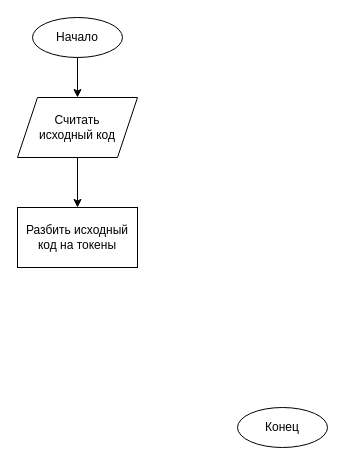
This is page "Page-2" (1 of 2) of algoritms.drawio from SpectralJager/grimlang, a draw.io file, before an edit. Source tidied: cells renumbered, new cells numbered last; positions are measured from the earlier drawing's top-left corner, leaving out a move shared by most shapes. Both pictures are drawn from the tidied source at 100%, with x=0, y=0 at pixel (17, 17).
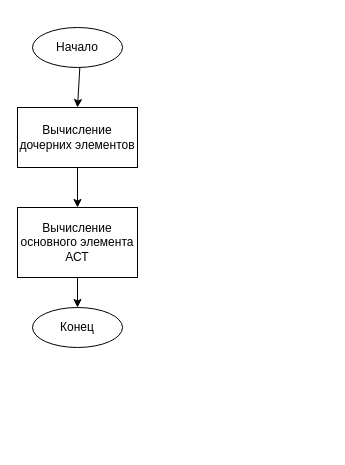
The same page after the edit.

The edit, as a diff of the source:
```diff
@@
 <mxGraphModel>
   <root>
     <mxCell id="0" />
     <mxCell id="1" parent="0" />
-    <mxCell id="2" style="edgeStyle=none;html=1;" parent="1" edge="1" source="3" target="6">
-      <mxGeometry relative="1" as="geometry" />
-    </mxCell>
+    <mxCell id="10" style="edgeStyle=none;html=1;" parent="1" edge="1" source="3" target="14">
+      <mxGeometry relative="1" as="geometry" />
+    </mxCell>
     <mxCell id="3" value="Начало" style="ellipse;whiteSpace=wrap;html=1;" parent="1" vertex="1">
-      <mxGeometry x="15" width="90" height="40" as="geometry" />
+      <mxGeometry x="15" y="10" width="90" height="40" as="geometry" />
     </mxCell>
     <mxCell id="4" value="Конец" style="ellipse;whiteSpace=wrap;html=1;" parent="1" vertex="1">
-      <mxGeometry x="220" y="390" width="90" height="40" as="geometry" />
+      <mxGeometry x="15" y="290" width="90" height="40" as="geometry" />
     </mxCell>
-    <mxCell id="5" style="edgeStyle=none;html=1;" parent="1" edge="1" source="6" target="7">
-      <mxGeometry relative="1" as="geometry" />
-    </mxCell>
-    <mxCell id="6" value="Считать &lt;br&gt;исходный код" style="shape=parallelogram;perimeter=parallelogramPerimeter;whiteSpace=wrap;html=1;fixedSize=1;" parent="1" vertex="1">
-      <mxGeometry y="80" width="120" height="60" as="geometry" />
-    </mxCell>
-    <mxCell id="7" value="Разбить исходный код на токены" style="rounded=0;whiteSpace=wrap;html=1;" parent="1" vertex="1">
-      <mxGeometry y="190" width="120" height="60" as="geometry" />
-    </mxCell>
     <mxCell id="8" style="edgeStyle=orthogonalEdgeStyle;html=1;" parent="1" edge="1">
       <mxGeometry relative="1" as="geometry">
         <mxPoint x="265" y="167.5" as="targetPoint" />
       </mxGeometry>
     </mxCell>
     <mxCell id="9" style="edgeStyle=orthogonalEdgeStyle;html=1;" parent="1" edge="1">
       <mxGeometry relative="1" as="geometry">
         <mxPoint x="265" y="280" as="targetPoint" />
       </mxGeometry>
     </mxCell>
+    <mxCell id="11" style="edgeStyle=none;html=1;" parent="1" edge="1" source="12">
+      <mxGeometry relative="1" as="geometry">
+        <mxPoint x="60" y="290" as="targetPoint" />
+      </mxGeometry>
+    </mxCell>
+    <mxCell id="12" value="Вычисление основного элемента АСТ" style="whiteSpace=wrap;html=1;" parent="1" vertex="1">
+      <mxGeometry y="190" width="120" height="70" as="geometry" />
+    </mxCell>
+    <mxCell id="13" style="edgeStyle=none;html=1;" parent="1" edge="1" source="14" target="12">
+      <mxGeometry relative="1" as="geometry" />
+    </mxCell>
+    <mxCell id="14" value="Вычисление дочерних элементов" style="whiteSpace=wrap;html=1;" parent="1" vertex="1">
+      <mxGeometry y="90" width="120" height="60" as="geometry" />
+    </mxCell>
   </root>
 </mxGraphModel>
```
